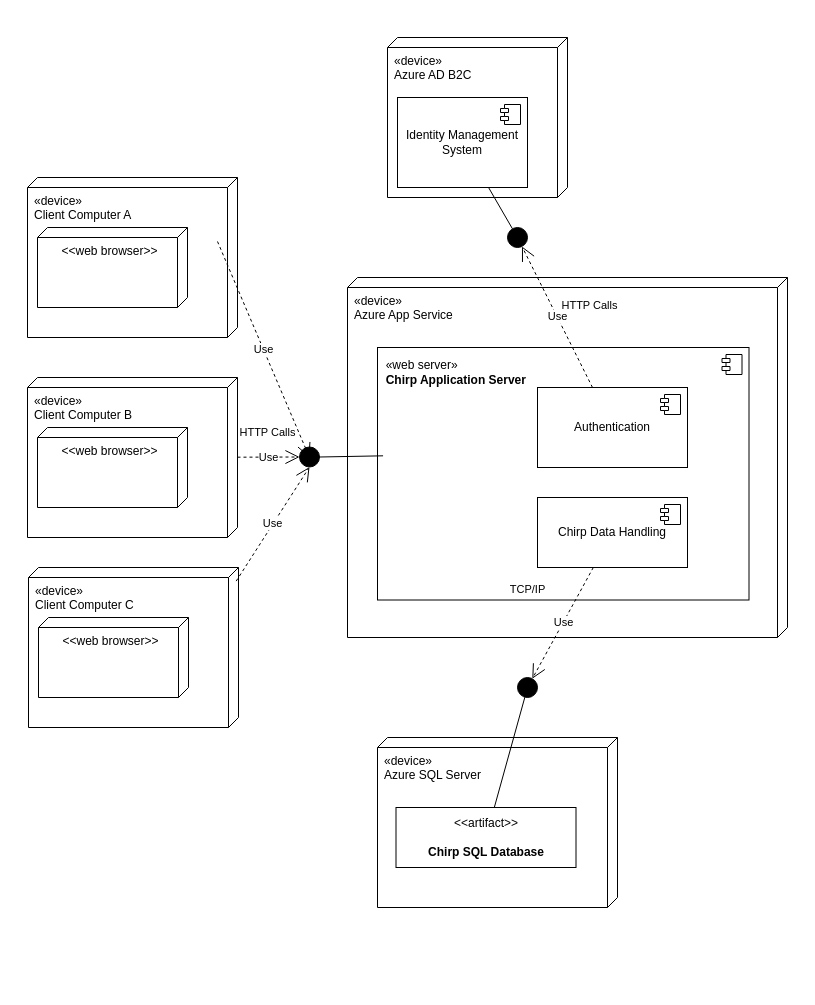
The draw.io diagram docs/diagrams/ArchitectureDeploy.drawio in ITU-BDSA23-GROUP21/Chirp, before the edit. Source tidied: cells renumbered, new cells numbered last; positions are measured from the earlier drawing's top-left corner, leaving out a move shared by most shapes. Both pictures are drawn from the tidied source at 100%, with x=0, y=0 at pixel (27, 37).
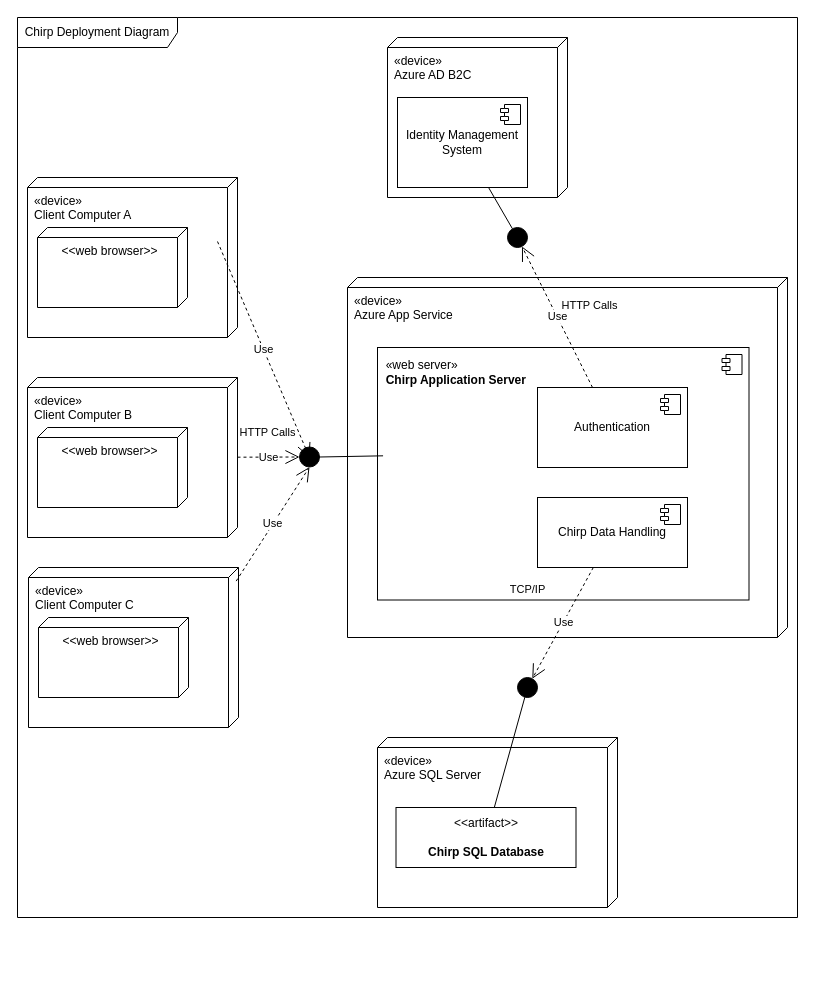
Above is the later version.

Commit message (it also covers changes not shown here):
white diagram backgrounds

Change to the diagram source:
```diff
@@
+    <mxCell id="37" value="Chirp Deployment Diagram" style="shape=umlFrame;whiteSpace=wrap;html=1;width=160;" parent="1" vertex="1">
+      <mxGeometry x="-10" y="-20" width="780" height="900" as="geometry" />
+    </mxCell>
```
